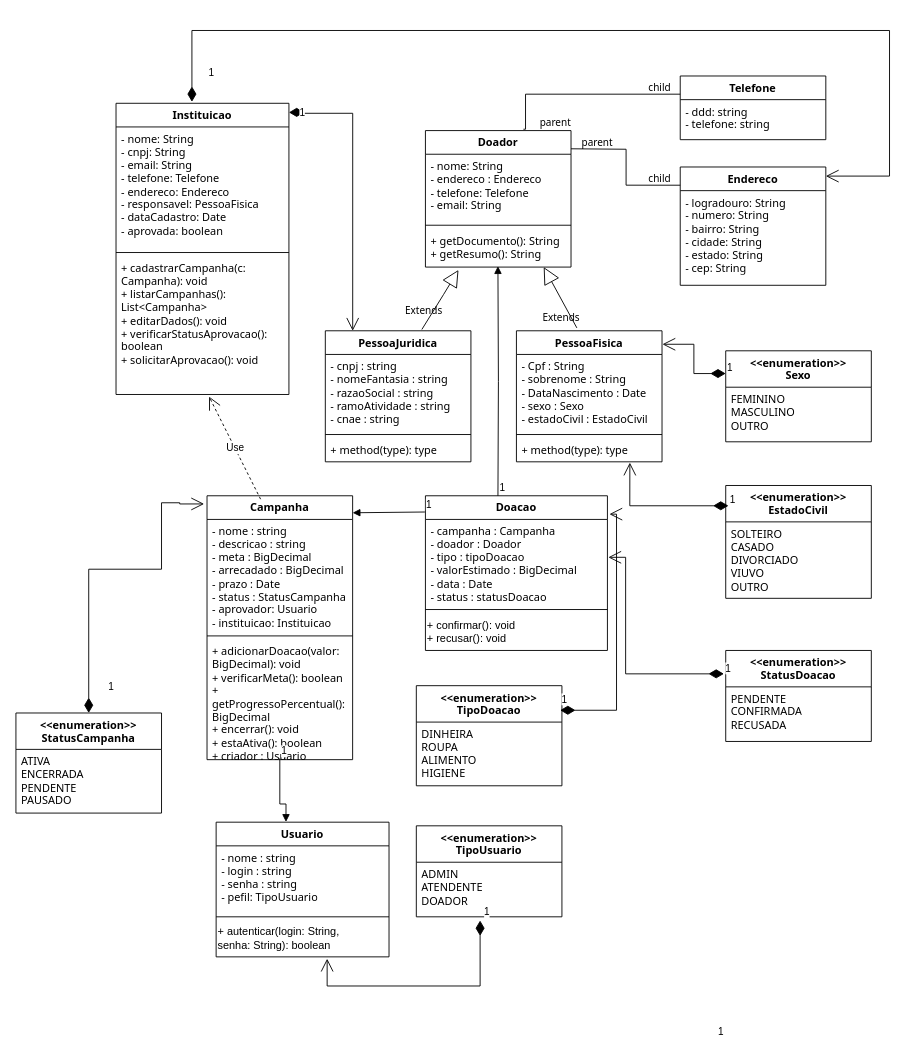
This is SistemaDoacoes.drawio from MariaLuizaNovasky/SistemaDoacao, a draw.io file, before an edit. Source tidied: cells renumbered, new cells numbered last; positions are measured from the earlier drawing's top-left corner, leaving out a move shared by most shapes. Both pictures are drawn from the tidied source at 91%, with x=0, y=0 at pixel (15, 30).
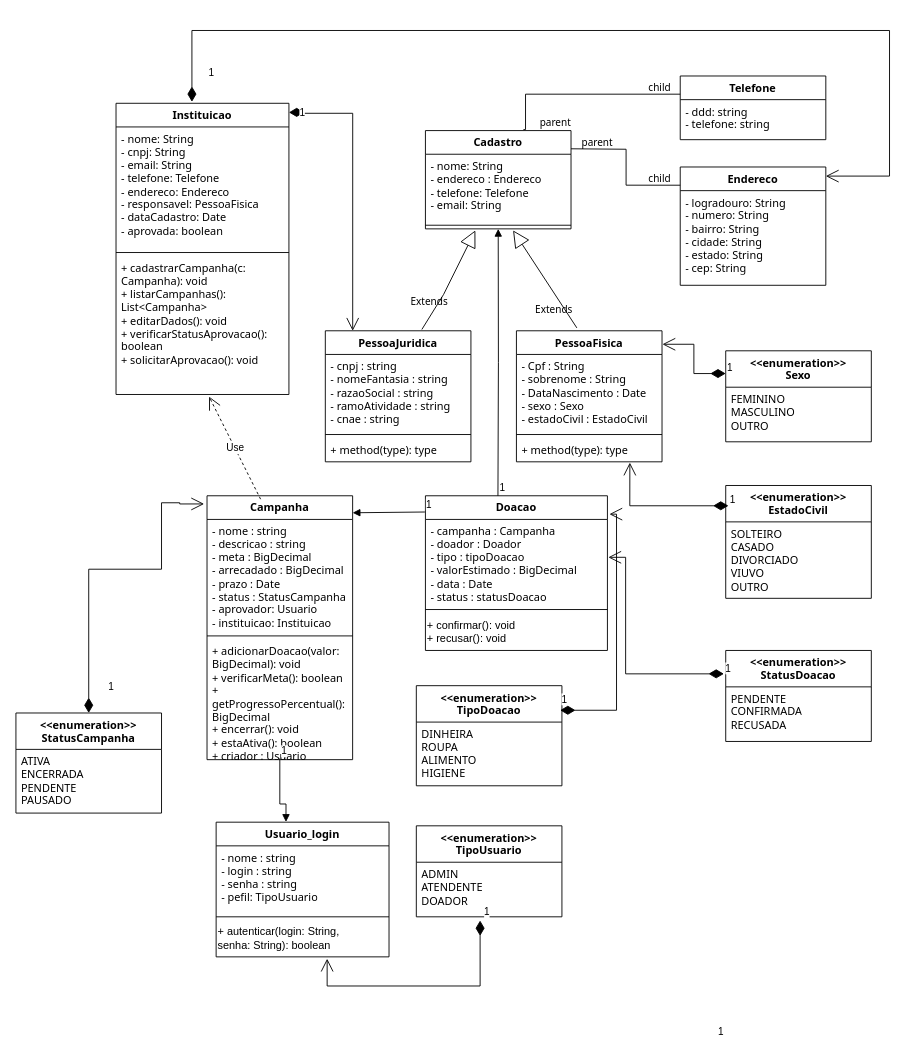
The same page after the edit.

The change refers to these unchanged cells:
```xml
<mxCell id="4" style="line;strokeWidth=1;fillColor=none;align=left;verticalAlign=middle;spacingTop=-1;spacingLeft=3;spacingRight=3;labelPosition=right;points=[];portConstraint=eastwest;strokeColor=inherit;fontFamily=Tahoma;fontColor=default;labelBackgroundColor=none;labelBorderColor=none;" parent="2" vertex="1">
  <mxGeometry y="100" width="160" height="8" as="geometry" />
</mxCell>
<mxCell id="6" value="PessoaFisica" style="swimlane;fontStyle=1;align=center;verticalAlign=top;horizontal=1;startSize=26;whiteSpace=wrap;html=1;fontFamily=Tahoma;fontColor=default;labelBackgroundColor=none;labelBorderColor=none;" parent="1" vertex="1">
  <mxGeometry x="550" y="330" width="160" height="144" as="geometry" />
</mxCell>
<mxCell id="10" value="PessoaJuridica" style="swimlane;fontStyle=1;align=center;verticalAlign=top;horizontal=1;startSize=26;whiteSpace=wrap;html=1;fontFamily=Tahoma;fontColor=default;labelBackgroundColor=none;labelBorderColor=none;" parent="1" vertex="1">
  <mxGeometry x="340" y="330" width="160" height="144" as="geometry" />
</mxCell>
```

Change to the diagram source:
```diff
@@
-    <mxCell id="2" value="Doador" style="swimlane;fontStyle=1;align=center;verticalAlign=middle;horizontal=1;startSize=26;whiteSpace=wrap;html=1;fontFamily=Tahoma;fontColor=default;labelBackgroundColor=none;labelBorderColor=none;" parent="1" vertex="1">
-      <mxGeometry x="450" y="110" width="160" height="150" as="geometry" />
+    <mxCell id="2" value="Cadastro" style="swimlane;fontStyle=1;align=center;verticalAlign=middle;horizontal=1;startSize=26;whiteSpace=wrap;html=1;fontFamily=Tahoma;fontColor=default;labelBackgroundColor=none;labelBorderColor=none;" parent="1" vertex="1">
+      <mxGeometry x="450" y="110" width="160" height="108" as="geometry" />
     </mxCell>
@@
-    <mxCell id="5" value="&lt;div&gt;+ getDocumento(): String&lt;/div&gt;&lt;div&gt;+ getResumo(): String&lt;/div&gt;" style="text;strokeColor=none;fillColor=none;align=left;verticalAlign=top;spacingLeft=4;spacingRight=4;overflow=hidden;points=[[0,0.5],[1,0.5]];portConstraint=eastwest;whiteSpace=wrap;html=1;fontFamily=Tahoma;fontColor=default;labelBackgroundColor=none;labelBorderColor=none;" parent="2" vertex="1">
-      <mxGeometry y="108" width="160" height="42" as="geometry" />
-    </mxCell>
@@
-    <mxCell id="14" value="Extends" style="endArrow=block;endSize=16;endFill=0;html=1;rounded=0;exitX=0.415;exitY=-0.022;exitDx=0;exitDy=0;exitPerimeter=0;fontFamily=Tahoma;fontColor=default;labelBackgroundColor=none;labelBorderColor=none;" parent="1" edge="1" source="6">
-      <mxGeometry x="-0.5" y="10" relative="1" as="geometry">
-        <mxPoint x="580" y="260" as="targetPoint" />
-      </mxGeometry>
+    <mxCell id="14" value="Extends" style="endArrow=block;endSize=16;endFill=0;html=1;rounded=0;exitX=0.415;exitY=-0.022;exitDx=0;exitDy=0;exitPerimeter=0;fontFamily=Tahoma;fontColor=default;labelBackgroundColor=none;labelBorderColor=none;entryX=0.602;entryY=1.212;entryDx=0;entryDy=0;entryPerimeter=0;" parent="1" edge="1" source="6" target="4">
+      <mxGeometry x="-0.5" y="10" relative="1" as="geometry" />
     </mxCell>
-    <mxCell id="15" value="Extends" style="endArrow=block;endSize=16;endFill=0;html=1;rounded=0;exitX=0.663;exitY=-0.01;exitDx=0;exitDy=0;exitPerimeter=0;fontFamily=Tahoma;fontColor=default;labelBackgroundColor=none;labelBorderColor=none;entryX=0.227;entryY=1.075;entryDx=0;entryDy=0;entryPerimeter=0;" parent="1" edge="1" source="10" target="5">
+    <mxCell id="15" value="Extends" style="endArrow=block;endSize=16;endFill=0;html=1;rounded=0;exitX=0.663;exitY=-0.01;exitDx=0;exitDy=0;exitPerimeter=0;fontFamily=Tahoma;fontColor=default;labelBackgroundColor=none;labelBorderColor=none;entryX=0.343;entryY=1.212;entryDx=0;entryDy=0;entryPerimeter=0;" parent="1" edge="1" source="10" target="4">
       <mxGeometry x="-0.5" y="10" relative="1" as="geometry">
         <Array as="points">
           <mxPoint x="470" y="290" />
         </Array>
       </mxGeometry>
     </mxCell>
@@
-    <mxCell id="50" style="endArrow=block;endFill=1;html=1;edgeStyle=orthogonalEdgeStyle;align=left;verticalAlign=top;rounded=0;entryX=0.498;entryY=0.976;entryDx=0;entryDy=0;entryPerimeter=0;" parent="1" edge="1" target="5">
+    <mxCell id="50" style="endArrow=block;endFill=1;html=1;edgeStyle=orthogonalEdgeStyle;align=left;verticalAlign=top;rounded=0;entryX=0.5;entryY=1;entryDx=0;entryDy=0;" parent="1" edge="1" target="2">
       <mxGeometry x="-1" relative="1" as="geometry">
         <mxPoint x="529.7" y="511.3" as="sourcePoint" />
       </mxGeometry>
     </mxCell>
@@
-    <mxCell id="52" value="Usuario" style="swimlane;fontStyle=1;align=center;verticalAlign=top;horizontal=1;startSize=26;whiteSpace=wrap;html=1;fontFamily=Tahoma;fontColor=default;labelBackgroundColor=none;labelBorderColor=none;" parent="1" vertex="1">
+    <mxCell id="52" value="Usuario_login" style="swimlane;fontStyle=1;align=center;verticalAlign=top;horizontal=1;startSize=26;whiteSpace=wrap;html=1;fontFamily=Tahoma;fontColor=default;labelBackgroundColor=none;labelBorderColor=none;" parent="1" vertex="1">
       <mxGeometry x="220" y="870" width="190" height="148" as="geometry" />
     </mxCell>
```
